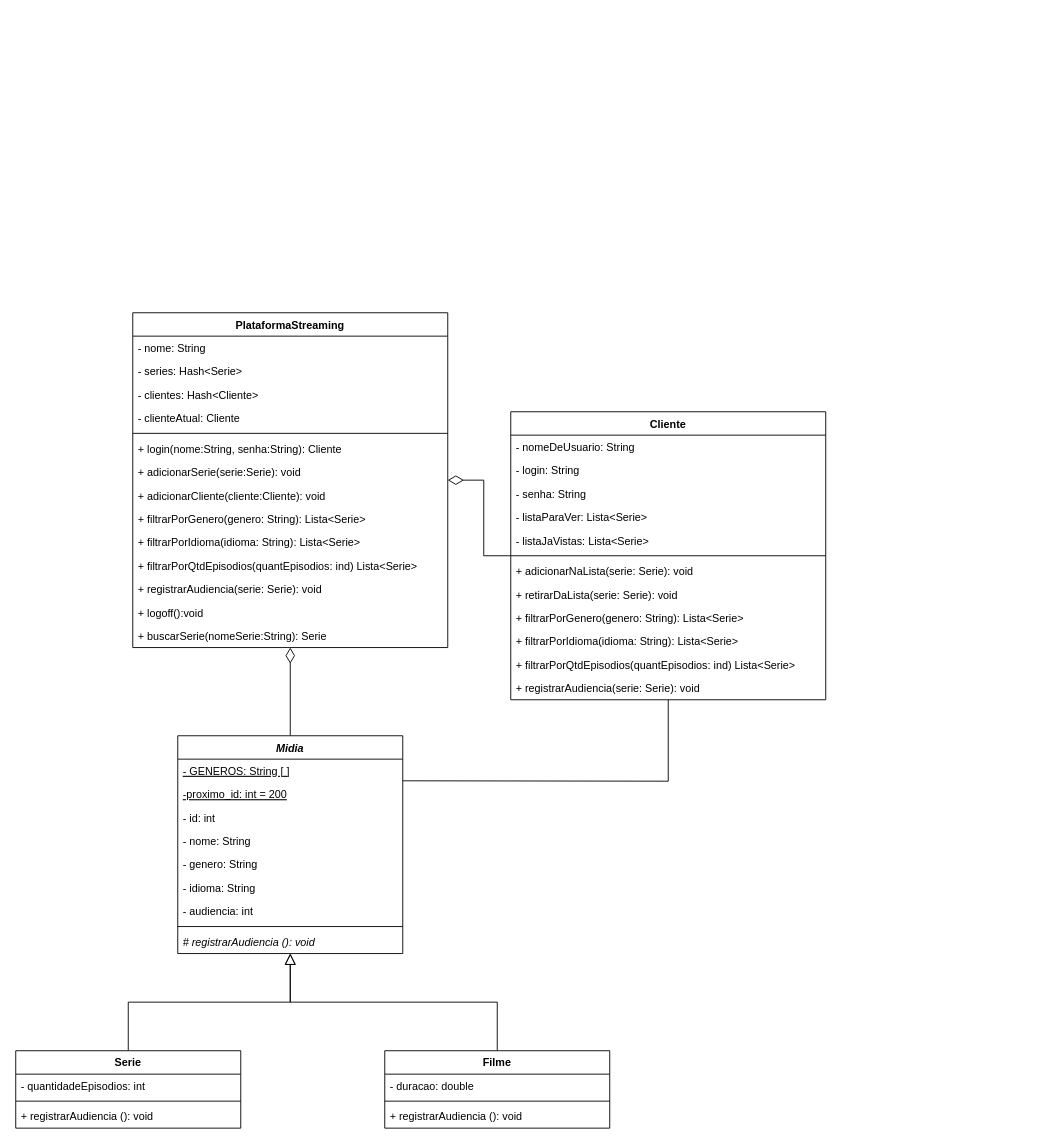
This is codigo/docs/diagrama/Classe/2.0.0/DiagramaClasse-v2.0.0.drawio from DisciplinasProgramacao/lpm_projetos_3_4_5-grupo6, a draw.io file, before an edit. Source tidied: cells renumbered, new cells numbered last; positions are measured from the earlier drawing's top-left corner, leaving out a move shared by most shapes. Both pictures are drawn from the tidied source at 90%, with x=0, y=0 at pixel (15, 312).
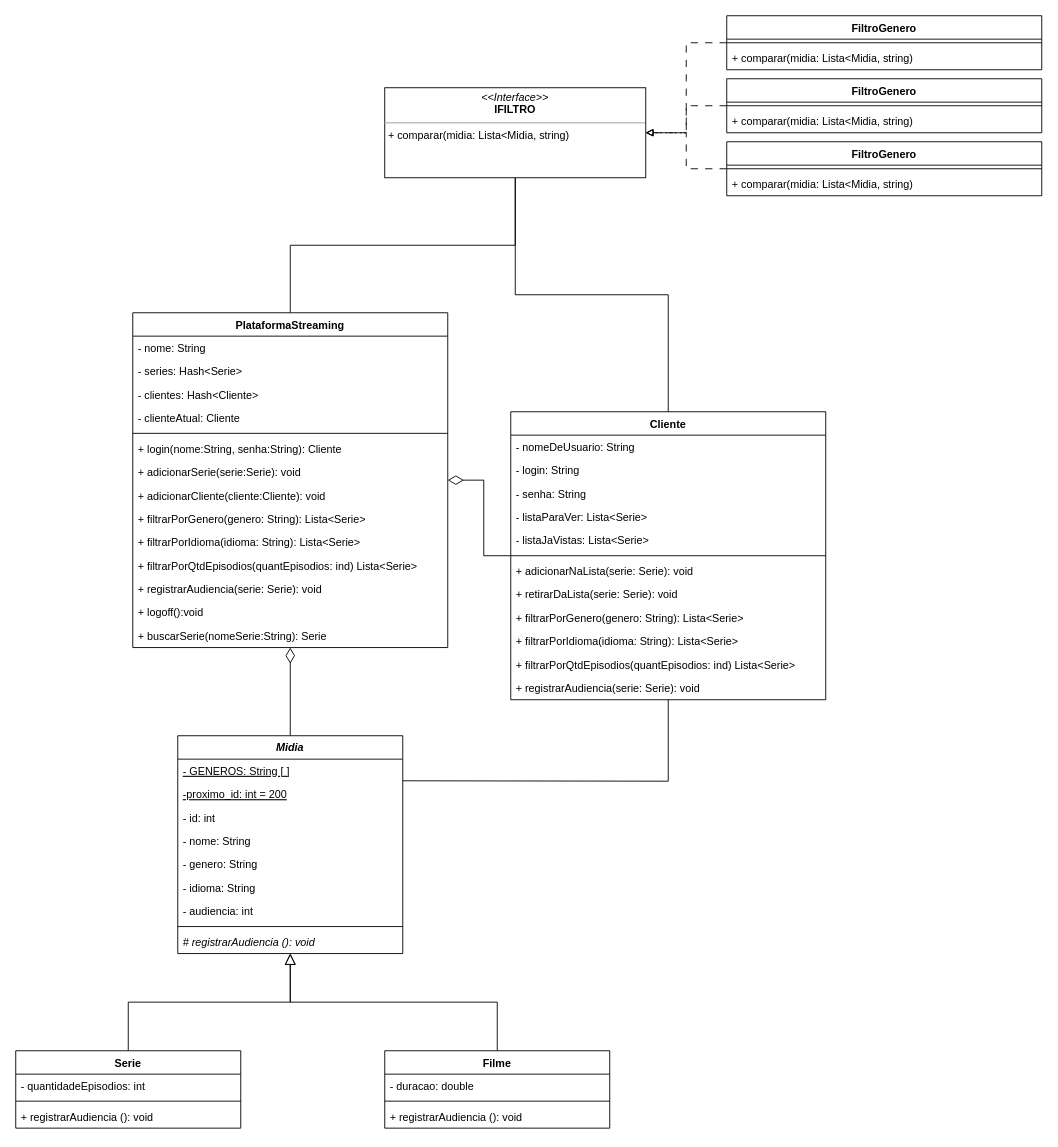
After the change.

The change refers to these unchanged cells:
```xml
<mxCell id="8" value="Cliente" style="swimlane;fontStyle=1;align=center;verticalAlign=top;horizontal=1;startSize=26;swimlaneFillColor=default;fillColor=default;strokeColor=default;" parent="1" vertex="1">
  <mxGeometry x="550" y="110" width="350" height="320" as="geometry" />
</mxCell>
<mxCell id="21" value="PlataformaStreaming" style="swimlane;fontStyle=1;align=center;verticalAlign=top;horizontal=1;startSize=26;swimlaneFillColor=default;" parent="1" vertex="1">
  <mxGeometry x="130" width="350" height="372" as="geometry" />
</mxCell>
```

The edit, as a diff of the source:
```diff
@@
+    <mxCell id="53" style="edgeStyle=orthogonalEdgeStyle;rounded=0;jettySize=auto;html=1;endArrow=none;endFill=0;" parent="1" edge="1" source="21" target="55">
+      <mxGeometry relative="1" as="geometry" />
+    </mxCell>
@@
+    <mxCell id="54" style="edgeStyle=orthogonalEdgeStyle;rounded=0;jettySize=auto;html=1;endArrow=none;endFill=0;" parent="1" edge="1" source="55" target="8">
+      <mxGeometry relative="1" as="geometry" />
+    </mxCell>
+    <mxCell id="55" value="&lt;p style=&quot;margin:0px;margin-top:4px;text-align:center;&quot;&gt;&lt;i&gt;&amp;lt;&amp;lt;Interface&amp;gt;&amp;gt;&lt;/i&gt;&lt;br&gt;&lt;b&gt;IFILTRO&lt;/b&gt;&lt;/p&gt;&lt;hr size=&quot;1&quot;&gt;&lt;p style=&quot;margin:0px;margin-left:4px;&quot;&gt;+ comparar(midia: Lista&amp;lt;Midia, string)&lt;/p&gt;" style="verticalAlign=top;align=left;overflow=fill;fontSize=12;fontFamily=Helvetica;html=1;whiteSpace=wrap;" parent="1" vertex="1">
+      <mxGeometry x="410" y="-250" width="290" height="100" as="geometry" />
+    </mxCell>
+    <mxCell id="56" style="edgeStyle=orthogonalEdgeStyle;rounded=0;jettySize=auto;html=1;endArrow=block;endFill=0;dashed=1;dashPattern=8 8;entryX=1;entryY=0.5;entryDx=0;entryDy=0;" parent="1" edge="1" source="57" target="55">
+      <mxGeometry relative="1" as="geometry" />
+    </mxCell>
+    <mxCell id="57" value="FiltroGenero" style="swimlane;fontStyle=1;align=center;verticalAlign=top;horizontal=1;startSize=26;swimlaneFillColor=default;fillColor=default;strokeColor=default;" parent="1" vertex="1">
+      <mxGeometry x="790" y="-330" width="350" height="60" as="geometry" />
+    </mxCell>
+    <mxCell id="58" style="line;strokeWidth=1;fillColor=none;align=left;verticalAlign=middle;spacingTop=-1;spacingLeft=3;spacingRight=3;labelPosition=right;strokeColor=inherit;" parent="57" vertex="1">
+      <mxGeometry y="26" width="350" height="8" as="geometry" />
+    </mxCell>
+    <mxCell id="59" value="+ comparar(midia: Lista&lt;Midia, string)" style="text;strokeColor=none;fillColor=none;align=left;verticalAlign=top;spacingLeft=4;spacingRight=4;overflow=hidden;" parent="57" vertex="1">
+      <mxGeometry y="34" width="350" height="26" as="geometry" />
+    </mxCell>
+    <mxCell id="60" style="edgeStyle=orthogonalEdgeStyle;rounded=0;jettySize=auto;html=1;endArrow=block;endFill=0;dashed=1;dashPattern=8 8;" parent="1" edge="1" source="61" target="55">
+      <mxGeometry relative="1" as="geometry" />
+    </mxCell>
+    <mxCell id="61" value="FiltroGenero" style="swimlane;fontStyle=1;align=center;verticalAlign=top;horizontal=1;startSize=26;swimlaneFillColor=default;fillColor=default;strokeColor=default;" parent="1" vertex="1">
+      <mxGeometry x="790" y="-260" width="350" height="60" as="geometry" />
+    </mxCell>
+    <mxCell id="62" style="line;strokeWidth=1;fillColor=none;align=left;verticalAlign=middle;spacingTop=-1;spacingLeft=3;spacingRight=3;labelPosition=right;strokeColor=inherit;" parent="61" vertex="1">
+      <mxGeometry y="26" width="350" height="8" as="geometry" />
+    </mxCell>
+    <mxCell id="63" value="+ comparar(midia: Lista&lt;Midia, string)" style="text;strokeColor=none;fillColor=none;align=left;verticalAlign=top;spacingLeft=4;spacingRight=4;overflow=hidden;" parent="61" vertex="1">
+      <mxGeometry y="34" width="350" height="26" as="geometry" />
+    </mxCell>
+    <mxCell id="64" style="edgeStyle=orthogonalEdgeStyle;rounded=0;jettySize=auto;html=1;endArrow=block;endFill=0;dashed=1;dashPattern=8 8;" parent="1" edge="1" source="65" target="55">
+      <mxGeometry relative="1" as="geometry" />
+    </mxCell>
+    <mxCell id="65" value="FiltroGenero" style="swimlane;fontStyle=1;align=center;verticalAlign=top;horizontal=1;startSize=26;swimlaneFillColor=default;fillColor=default;strokeColor=default;" parent="1" vertex="1">
+      <mxGeometry x="790" y="-190" width="350" height="60" as="geometry" />
+    </mxCell>
+    <mxCell id="66" style="line;strokeWidth=1;fillColor=none;align=left;verticalAlign=middle;spacingTop=-1;spacingLeft=3;spacingRight=3;labelPosition=right;strokeColor=inherit;" parent="65" vertex="1">
+      <mxGeometry y="26" width="350" height="8" as="geometry" />
+    </mxCell>
+    <mxCell id="67" value="+ comparar(midia: Lista&lt;Midia, string)" style="text;strokeColor=none;fillColor=none;align=left;verticalAlign=top;spacingLeft=4;spacingRight=4;overflow=hidden;" parent="65" vertex="1">
+      <mxGeometry y="34" width="350" height="26" as="geometry" />
+    </mxCell>
```
